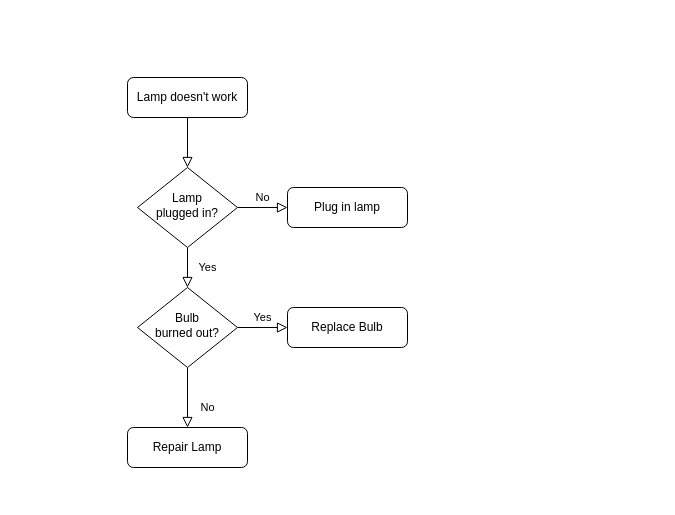
Earlier version of the draw.io diagram Untitled Diagram.drawio (AA21232/flowchart). Source tidied: cells renumbered, new cells numbered last; positions are measured from the earlier drawing's top-left corner, leaving out a move shared by most shapes. Both pictures are drawn from the tidied source at 100%, with x=0, y=0 at pixel (127, 77).
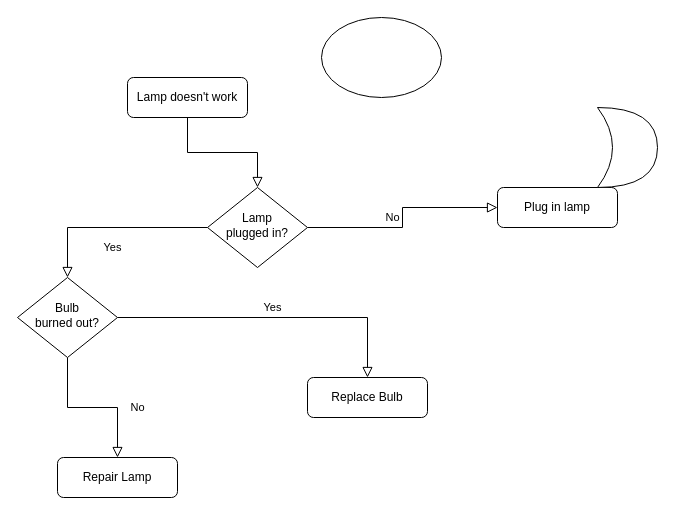
The same diagram, later.

Change to the diagram source:
```diff
@@
 <mxGraphModel>
   <root>
     <mxCell id="0" />
     <mxCell id="1" parent="0" />
     <mxCell id="2" style="rounded=0;html=1;jettySize=auto;fontSize=11;endArrow=block;endFill=0;endSize=8;strokeWidth=1;shadow=0;labelBackgroundColor=none;edgeStyle=orthogonalEdgeStyle;" parent="1" edge="1" source="3" target="6">
       <mxGeometry relative="1" as="geometry" />
     </mxCell>
     <mxCell id="3" value="Lamp doesn't work" style="rounded=1;whiteSpace=wrap;html=1;fontSize=12;glass=0;strokeWidth=1;shadow=0;" parent="1" vertex="1">
       <mxGeometry width="120" height="40" as="geometry" />
     </mxCell>
     <mxCell id="4" value="Yes" style="rounded=0;html=1;jettySize=auto;fontSize=11;endArrow=block;endFill=0;endSize=8;strokeWidth=1;shadow=0;labelBackgroundColor=none;edgeStyle=orthogonalEdgeStyle;" parent="1" edge="1" source="6" target="10">
       <mxGeometry y="20" relative="1" as="geometry" />
     </mxCell>
     <mxCell id="5" value="No" style="edgeStyle=orthogonalEdgeStyle;rounded=0;html=1;jettySize=auto;fontSize=11;endArrow=block;endFill=0;endSize=8;strokeWidth=1;shadow=0;labelBackgroundColor=none;" parent="1" edge="1" source="6" target="7">
       <mxGeometry y="10" relative="1" as="geometry" />
     </mxCell>
     <mxCell id="6" value="Lamp&lt;br&gt;plugged in?" style="rhombus;whiteSpace=wrap;html=1;shadow=0;fontFamily=Helvetica;fontSize=12;align=center;strokeWidth=1;spacing=6;spacingTop=-4;" parent="1" vertex="1">
-      <mxGeometry x="10" y="90" width="100" height="80" as="geometry" />
+      <mxGeometry x="80" y="110" width="100" height="80" as="geometry" />
     </mxCell>
     <mxCell id="7" value="Plug in lamp" style="rounded=1;whiteSpace=wrap;html=1;fontSize=12;glass=0;strokeWidth=1;shadow=0;" parent="1" vertex="1">
-      <mxGeometry x="160" y="110" width="120" height="40" as="geometry" />
+      <mxGeometry x="370" y="110" width="120" height="40" as="geometry" />
     </mxCell>
     <mxCell id="8" value="No" style="rounded=0;html=1;jettySize=auto;fontSize=11;endArrow=block;endFill=0;endSize=8;strokeWidth=1;shadow=0;labelBackgroundColor=none;edgeStyle=orthogonalEdgeStyle;" parent="1" edge="1" source="10" target="11">
       <mxGeometry x="0.33" y="20" relative="1" as="geometry" />
     </mxCell>
     <mxCell id="9" value="Yes" style="edgeStyle=orthogonalEdgeStyle;rounded=0;html=1;jettySize=auto;fontSize=11;endArrow=block;endFill=0;endSize=8;strokeWidth=1;shadow=0;labelBackgroundColor=none;" parent="1" edge="1" source="10" target="12">
       <mxGeometry y="10" relative="1" as="geometry" />
     </mxCell>
     <mxCell id="10" value="Bulb&lt;br&gt;burned out?" style="rhombus;whiteSpace=wrap;html=1;shadow=0;fontFamily=Helvetica;fontSize=12;align=center;strokeWidth=1;spacing=6;spacingTop=-4;" parent="1" vertex="1">
-      <mxGeometry x="10" y="210" width="100" height="80" as="geometry" />
+      <mxGeometry x="-110" y="200" width="100" height="80" as="geometry" />
     </mxCell>
     <mxCell id="11" value="Repair Lamp" style="rounded=1;whiteSpace=wrap;html=1;fontSize=12;glass=0;strokeWidth=1;shadow=0;" parent="1" vertex="1">
-      <mxGeometry y="350" width="120" height="40" as="geometry" />
+      <mxGeometry x="-70" y="380" width="120" height="40" as="geometry" />
     </mxCell>
     <mxCell id="12" value="Replace Bulb" style="rounded=1;whiteSpace=wrap;html=1;fontSize=12;glass=0;strokeWidth=1;shadow=0;" parent="1" vertex="1">
-      <mxGeometry x="160" y="230" width="120" height="40" as="geometry" />
+      <mxGeometry x="180" y="300" width="120" height="40" as="geometry" />
     </mxCell>
+    <mxCell id="13" style="ellipse;whiteSpace=wrap;html=1;" parent="1" vertex="1">
+      <mxGeometry x="194" y="-60" width="120" height="80" as="geometry" />
+    </mxCell>
+    <mxCell id="14" style="shape=xor;whiteSpace=wrap;html=1;" parent="1" vertex="1">
+      <mxGeometry x="470" y="30" width="60" height="80" as="geometry" />
+    </mxCell>
   </root>
 </mxGraphModel>
```
